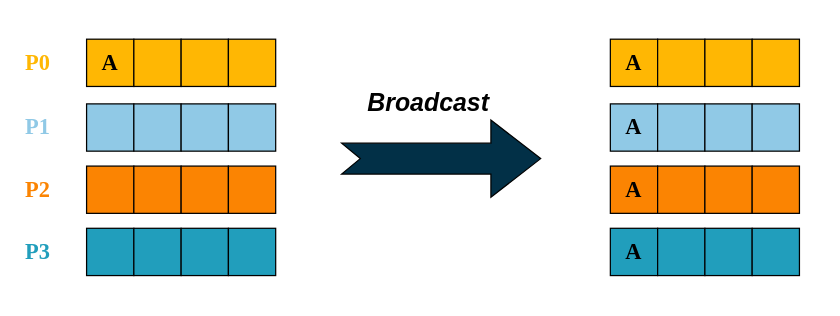
Above: img/ch-mpi/broadcast.svg in godaai/scale-py-zh (draw.io), before the change. Source tidied: cells renumbered, new cells last; positions are measured from the earlier drawing's top-left corner, leaving out a move shared by most shapes.
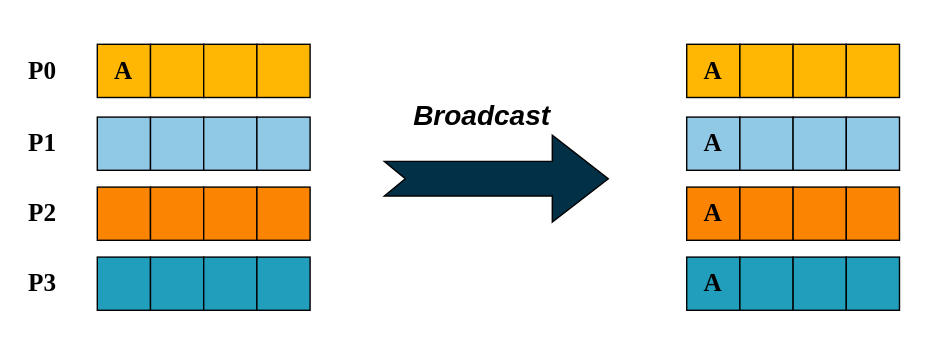
After the commit.

Diff of the diagram source:
```diff
@@ -53,16 +53,16 @@
     <mxCell id="18" style="whiteSpace=wrap;html=1;fillColor=#219EBC;" parent="1" vertex="1">
       <mxGeometry x="183" y="183" width="38" height="38" as="geometry" />
     </mxCell>
-    <mxCell id="19" value="&lt;font color=&quot;#ffb703&quot; style=&quot;font-size: 18px;&quot; face=&quot;Times New Roman&quot;&gt;&lt;b&gt;P0&lt;/b&gt;&lt;/font&gt;" style="text;html=1;strokeColor=none;fillColor=none;align=center;verticalAlign=middle;whiteSpace=wrap;rounded=0;" parent="1" vertex="1">
+    <mxCell id="19" value="&lt;font style=&quot;font-size: 18px;&quot; face=&quot;Times New Roman&quot;&gt;&lt;b&gt;P0&lt;/b&gt;&lt;/font&gt;" style="text;html=1;strokeColor=none;fillColor=none;align=center;verticalAlign=middle;whiteSpace=wrap;rounded=0;fontColor=#000000;" parent="1" vertex="1">
       <mxGeometry y="35" width="60" height="30" as="geometry" />
     </mxCell>
-    <mxCell id="20" value="&lt;font color=&quot;#90c9e6&quot; style=&quot;font-size: 18px;&quot; face=&quot;Times New Roman&quot;&gt;&lt;b&gt;P1&lt;/b&gt;&lt;/font&gt;" style="text;html=1;strokeColor=none;fillColor=none;align=center;verticalAlign=middle;whiteSpace=wrap;rounded=0;" parent="1" vertex="1">
+    <mxCell id="20" value="&lt;font style=&quot;font-size: 18px;&quot; face=&quot;Times New Roman&quot;&gt;&lt;b&gt;P1&lt;/b&gt;&lt;/font&gt;" style="text;html=1;strokeColor=none;fillColor=none;align=center;verticalAlign=middle;whiteSpace=wrap;rounded=0;fontColor=#000000;" parent="1" vertex="1">
       <mxGeometry y="87" width="60" height="30" as="geometry" />
     </mxCell>
-    <mxCell id="21" value="&lt;font color=&quot;#fb8402&quot; style=&quot;font-size: 18px;&quot; face=&quot;Times New Roman&quot;&gt;&lt;b&gt;P2&lt;/b&gt;&lt;/font&gt;" style="text;html=1;strokeColor=none;fillColor=none;align=center;verticalAlign=middle;whiteSpace=wrap;rounded=0;" parent="1" vertex="1">
+    <mxCell id="21" value="&lt;font style=&quot;font-size: 18px;&quot; face=&quot;Times New Roman&quot;&gt;&lt;b&gt;P2&lt;/b&gt;&lt;/font&gt;" style="text;html=1;strokeColor=none;fillColor=none;align=center;verticalAlign=middle;whiteSpace=wrap;rounded=0;fontColor=#000000;" parent="1" vertex="1">
       <mxGeometry y="137" width="60" height="30" as="geometry" />
     </mxCell>
-    <mxCell id="22" value="&lt;font color=&quot;#219ebc&quot; style=&quot;font-size: 18px;&quot; face=&quot;Times New Roman&quot;&gt;&lt;b&gt;P3&lt;/b&gt;&lt;/font&gt;" style="text;html=1;strokeColor=none;fillColor=none;align=center;verticalAlign=middle;whiteSpace=wrap;rounded=0;" parent="1" vertex="1">
+    <mxCell id="22" value="&lt;font style=&quot;font-size: 18px;&quot; face=&quot;Times New Roman&quot;&gt;&lt;b&gt;P3&lt;/b&gt;&lt;/font&gt;" style="text;html=1;strokeColor=none;fillColor=none;align=center;verticalAlign=middle;whiteSpace=wrap;rounded=0;fontColor=#000000;" parent="1" vertex="1">
       <mxGeometry y="187" width="60" height="30" as="geometry" />
     </mxCell>
     <mxCell id="23" style="html=1;shadow=0;dashed=0;align=center;verticalAlign=middle;shape=mxgraph.arrows2.arrow;dy=0.6;dx=40;notch=15;fillColor=#023047;" parent="1" vertex="1">
```
